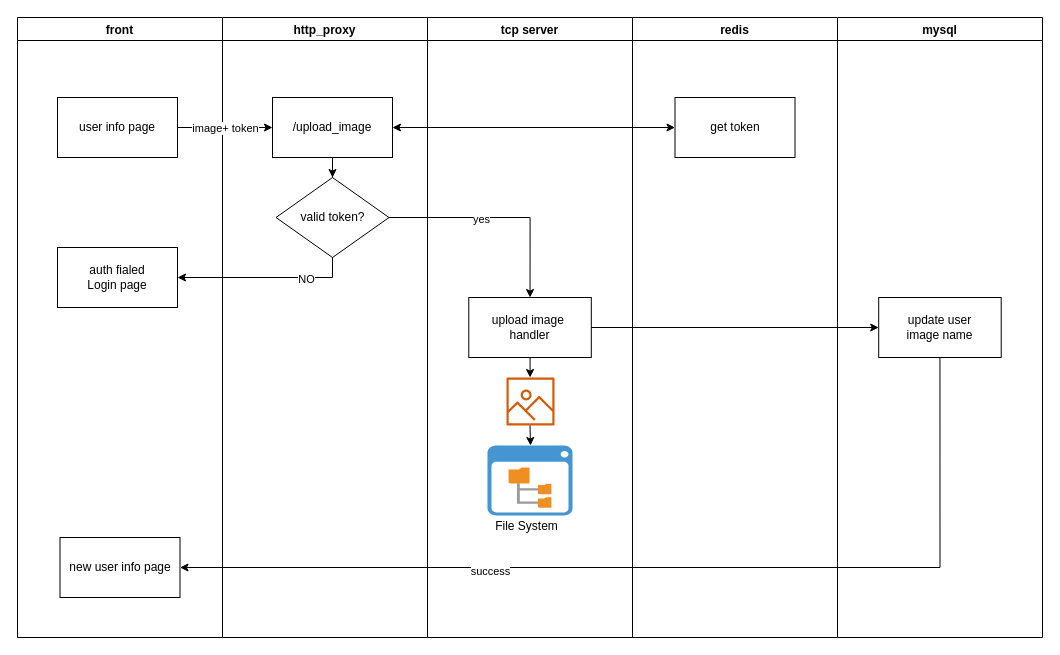
xiaobaiTech/image keeps this draw.io diagram as network/changenicknameflow2.drawio. Above is the earlier version. Source tidied: cells renumbered, new cells numbered last; positions are measured from the earlier drawing's top-left corner, leaving out a move shared by most shapes. Both pictures are drawn from the tidied source at 100%, with x=0, y=0 at pixel (17, 17).
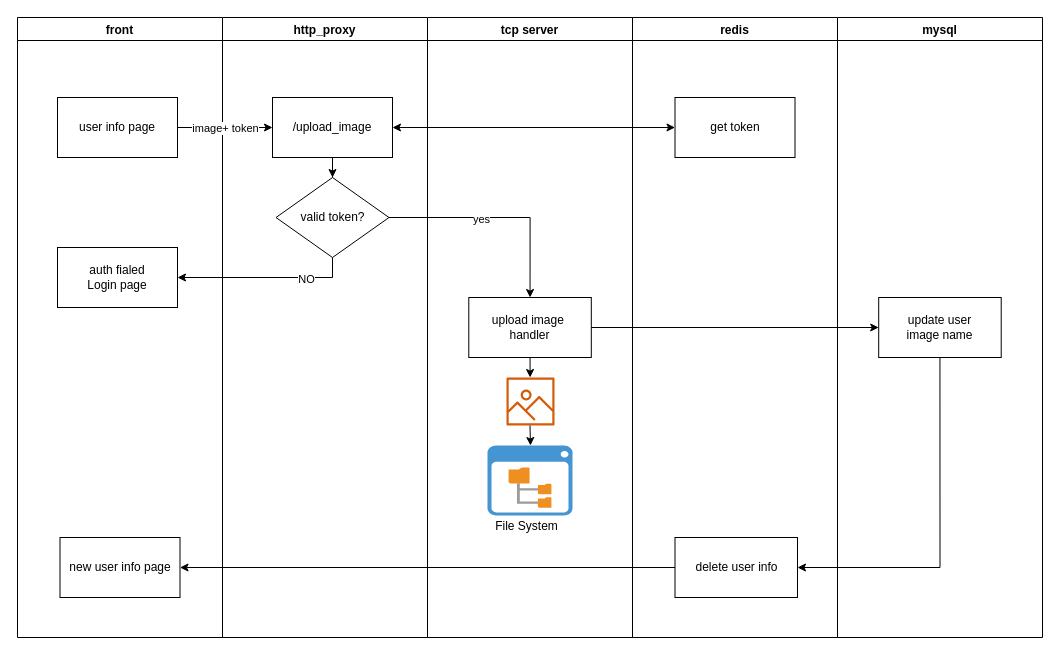
After the change.

The change refers to these unchanged cells:
```xml
<mxCell id="5" value="new user info page" style="rounded=0;whiteSpace=wrap;html=1;" parent="2" vertex="1">
  <mxGeometry x="42.5" y="520" width="120" height="60" as="geometry" />
</mxCell>
<mxCell id="16" value="redis" style="swimlane;" parent="1" vertex="1">
  <mxGeometry x="615" width="205" height="620" as="geometry" />
</mxCell>
<mxCell id="19" value="update user &lt;br&gt;image name" style="rounded=0;whiteSpace=wrap;html=1;" parent="18" vertex="1">
  <mxGeometry x="41.2" y="280" width="122.5" height="60" as="geometry" />
</mxCell>
```

The edit, as a diff of the source:
```diff
@@
+    <mxCell id="31" value="delete user info" style="rounded=0;whiteSpace=wrap;html=1;" parent="16" vertex="1">
+      <mxGeometry x="42.5" y="520" width="122.5" height="60" as="geometry" />
+    </mxCell>
@@
-    <mxCell id="22" style="edgeStyle=orthogonalEdgeStyle;rounded=0;jettySize=auto;html=1;exitX=0.5;exitY=1;exitDx=0;exitDy=0;entryX=1;entryY=0.5;entryDx=0;entryDy=0;" parent="1" edge="1" source="19" target="5">
-      <mxGeometry relative="1" as="geometry">
-        <Array as="points">
-          <mxPoint x="923" y="550" />
-          <mxPoint x="163" y="550" />
-        </Array>
-      </mxGeometry>
-    </mxCell>
-    <mxCell id="23" value="success" style="edgeLabel;html=1;align=center;verticalAlign=middle;" parent="22" vertex="1">
-      <mxGeometry x="0.36" y="3" relative="1" as="geometry" />
-    </mxCell>
@@
+    <mxCell id="32" style="edgeStyle=orthogonalEdgeStyle;rounded=0;jettySize=auto;html=1;exitX=0.5;exitY=1;exitDx=0;exitDy=0;entryX=1;entryY=0.5;entryDx=0;entryDy=0;" parent="1" edge="1" source="19" target="31">
+      <mxGeometry relative="1" as="geometry" />
+    </mxCell>
+    <mxCell id="33" style="edgeStyle=orthogonalEdgeStyle;rounded=0;jettySize=auto;html=1;exitX=0;exitY=0.5;exitDx=0;exitDy=0;entryX=1;entryY=0.5;entryDx=0;entryDy=0;" parent="1" edge="1" source="31" target="5">
+      <mxGeometry relative="1" as="geometry" />
+    </mxCell>
```
